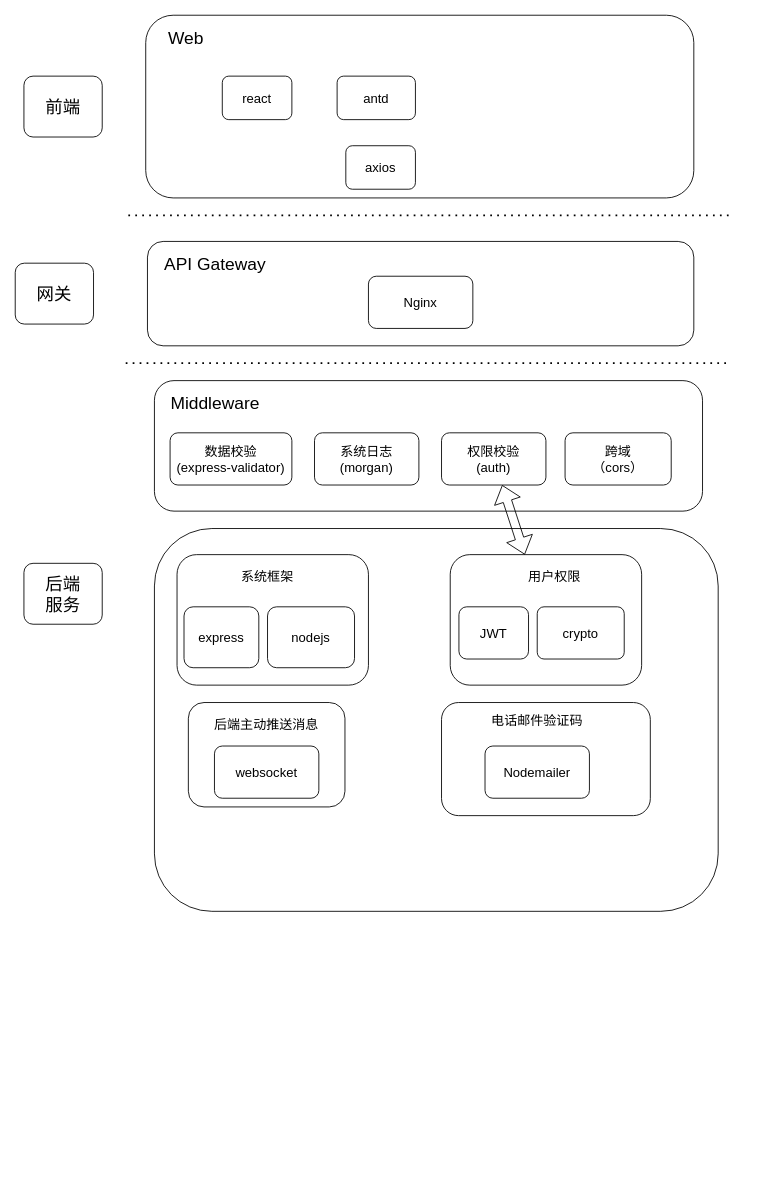
Before: 实验室项目系统架构.drawio in AdhereZ/graph, a draw.io diagram. Source tidied: cells renumbered, new cells numbered last; positions are measured from the earlier drawing's top-left corner, leaving out a move shared by most shapes. Both pictures are drawn from the tidied source at 87%, with x=0, y=0 at pixel (15, 15).
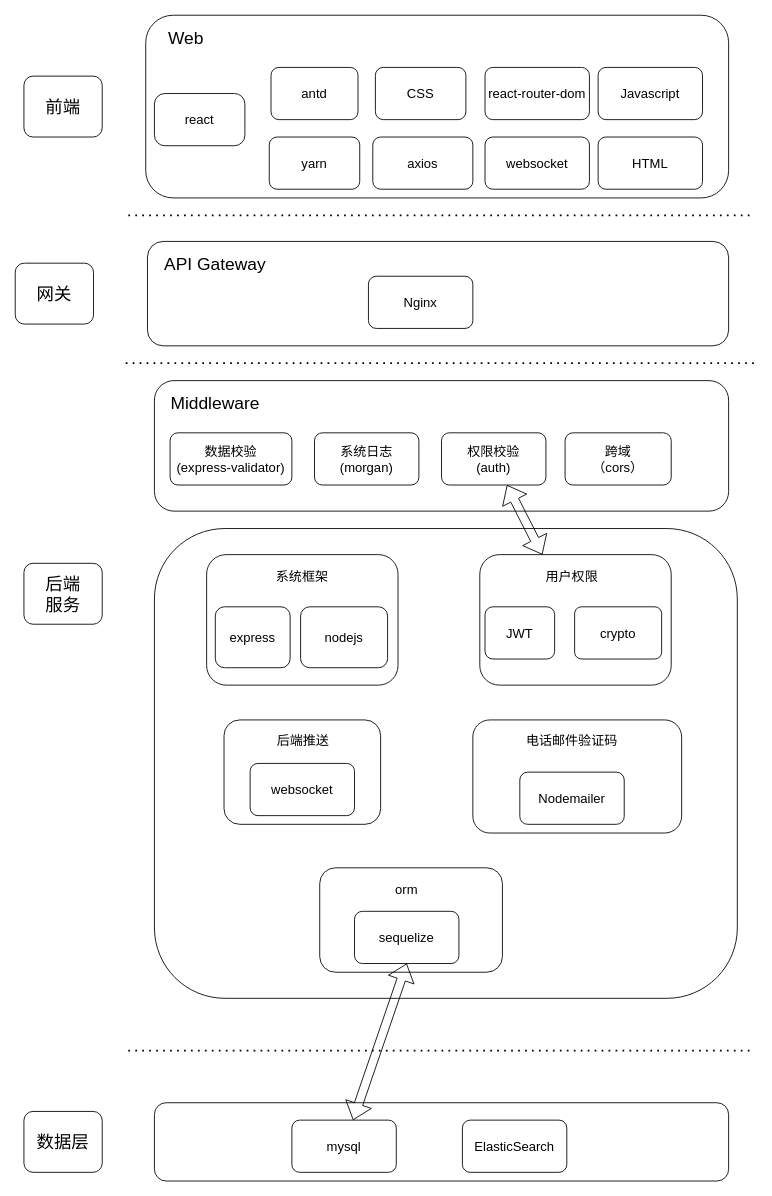
After the change.

Commit message (it also covers changes not shown here):
更新实验室项目系统架构.drawio

The edit, as a diff of the source:
```diff
@@
     <mxCell id="2" style="endArrow=none;dashed=1;html=1;dashPattern=1 3;strokeWidth=2;rounded=0;" parent="1" edge="1">
       <mxGeometry relative="1" as="geometry">
         <mxPoint x="130" y="230" as="sourcePoint" />
-        <mxPoint x="820" y="230" as="targetPoint" />
+        <mxPoint x="850" y="230" as="targetPoint" />
       </mxGeometry>
     </mxCell>
@@
     <mxCell id="4" style="rounded=1;whiteSpace=wrap;html=1;" parent="1" vertex="1">
-      <mxGeometry x="150" width="630" height="210" as="geometry" />
+      <mxGeometry x="150" width="670" height="210" as="geometry" />
     </mxCell>
@@
-    <mxCell id="6" value="&lt;font style=&quot;font-size: 15px;&quot;&gt;react&lt;/font&gt;" style="rounded=1;whiteSpace=wrap;html=1;fontSize=15;" parent="1" vertex="1">
-      <mxGeometry x="238" y="70" width="80" height="50" as="geometry" />
+    <mxCell id="6" value="&lt;font style=&quot;font-size: 15px;&quot;&gt;react&lt;/font&gt;" style="rounded=1;whiteSpace=wrap;html=1;fontSize=15;arcSize=20;" parent="1" vertex="1">
+      <mxGeometry x="160" y="90" width="104" height="60" as="geometry" />
     </mxCell>
     <mxCell id="7" value="axios" style="rounded=1;whiteSpace=wrap;html=1;fontSize=15;" parent="1" vertex="1">
-      <mxGeometry x="380" y="150" width="80" height="50" as="geometry" />
+      <mxGeometry x="411" y="140" width="115" height="60" as="geometry" />
     </mxCell>
     <mxCell id="8" value="antd" style="rounded=1;whiteSpace=wrap;html=1;fontSize=15;" parent="1" vertex="1">
-      <mxGeometry x="370" y="70" width="90" height="50" as="geometry" />
+      <mxGeometry x="294" y="60" width="100" height="60" as="geometry" />
     </mxCell>
     <mxCell id="9" style="rounded=1;whiteSpace=wrap;html=1;" parent="1" vertex="1">
-      <mxGeometry x="152" y="260" width="628" height="120" as="geometry" />
+      <mxGeometry x="152" y="260" width="668" height="120" as="geometry" />
     </mxCell>
@@
     <mxCell id="12" style="endArrow=none;dashed=1;html=1;dashPattern=1 3;strokeWidth=2;rounded=0;" parent="1" edge="1">
       <mxGeometry relative="1" as="geometry">
         <mxPoint x="127" y="400" as="sourcePoint" />
-        <mxPoint x="817" y="400" as="targetPoint" />
+        <mxPoint x="850" y="400" as="targetPoint" />
       </mxGeometry>
     </mxCell>
@@
     <mxCell id="15" style="rounded=1;whiteSpace=wrap;html=1;fontSize=15;" parent="1" vertex="1">
-      <mxGeometry x="160" y="590" width="648" height="440" as="geometry" />
+      <mxGeometry x="160" y="590" width="670" height="540" as="geometry" />
     </mxCell>
     <mxCell id="16" style="rounded=1;whiteSpace=wrap;html=1;fontSize=15;" parent="1" vertex="1">
-      <mxGeometry x="160" y="420" width="630" height="150" as="geometry" />
+      <mxGeometry x="160" y="420" width="660" height="150" as="geometry" />
     </mxCell>
@@
     <mxCell id="22" style="rounded=1;whiteSpace=wrap;html=1;fontSize=15;" parent="1" vertex="1">
-      <mxGeometry x="500" y="620" width="220" height="150" as="geometry" />
+      <mxGeometry x="534" y="620" width="220" height="150" as="geometry" />
     </mxCell>
     <mxCell id="23" value="JWT" style="rounded=1;whiteSpace=wrap;html=1;fontSize=15;" parent="1" vertex="1">
-      <mxGeometry x="510" y="680" width="80" height="60" as="geometry" />
+      <mxGeometry x="540" y="680" width="80" height="60" as="geometry" />
     </mxCell>
     <mxCell id="24" value="crypto" style="rounded=1;whiteSpace=wrap;html=1;fontSize=15;arcSize=13;" parent="1" vertex="1">
-      <mxGeometry x="600" y="680" width="100" height="60" as="geometry" />
+      <mxGeometry x="643" y="680" width="100" height="60" as="geometry" />
     </mxCell>
     <mxCell id="25" value="用户权限" style="text;html=1;strokeColor=none;fillColor=none;align=center;verticalAlign=middle;whiteSpace=wrap;rounded=0;fontSize=15;" parent="1" vertex="1">
-      <mxGeometry x="560" y="630" width="120" height="30" as="geometry" />
+      <mxGeometry x="580" y="630" width="120" height="30" as="geometry" />
     </mxCell>
@@
     <mxCell id="27" style="rounded=1;whiteSpace=wrap;html=1;fontSize=15;" parent="1" vertex="1">
-      <mxGeometry x="186" y="620" width="220" height="150" as="geometry" />
+      <mxGeometry x="220" y="620" width="220" height="150" as="geometry" />
     </mxCell>
     <mxCell id="28" value="系统框架" style="text;html=1;strokeColor=none;fillColor=none;align=center;verticalAlign=middle;whiteSpace=wrap;rounded=0;fontSize=15;" parent="1" vertex="1">
-      <mxGeometry x="250" y="630" width="80" height="30" as="geometry" />
+      <mxGeometry x="290" y="630" width="80" height="30" as="geometry" />
     </mxCell>
     <mxCell id="29" value="express" style="rounded=1;whiteSpace=wrap;html=1;fontSize=15;" parent="1" vertex="1">
-      <mxGeometry x="194" y="680" width="86" height="70" as="geometry" />
+      <mxGeometry x="230" y="680" width="86" height="70" as="geometry" />
     </mxCell>
     <mxCell id="30" value="nodejs" style="rounded=1;whiteSpace=wrap;html=1;fontSize=15;" parent="1" vertex="1">
-      <mxGeometry x="290" y="680" width="100" height="70" as="geometry" />
+      <mxGeometry x="328" y="680" width="100" height="70" as="geometry" />
     </mxCell>
     <mxCell id="31" style="rounded=1;whiteSpace=wrap;html=1;fontSize=15;" parent="1" vertex="1">
-      <mxGeometry x="199" y="790" width="180" height="120" as="geometry" />
+      <mxGeometry x="240" y="810" width="180" height="120" as="geometry" />
     </mxCell>
-    <mxCell id="32" value="后端主动推送消息" style="text;html=1;strokeColor=none;fillColor=none;align=center;verticalAlign=middle;whiteSpace=wrap;rounded=0;fontSize=15;" parent="1" vertex="1">
-      <mxGeometry x="224" y="800" width="130" height="30" as="geometry" />
+    <mxCell id="32" value="后端推送" style="text;html=1;strokeColor=none;fillColor=none;align=center;verticalAlign=middle;whiteSpace=wrap;rounded=0;fontSize=15;" parent="1" vertex="1">
+      <mxGeometry x="266" y="810" width="130" height="45" as="geometry" />
     </mxCell>
     <mxCell id="33" value="websocket" style="rounded=1;whiteSpace=wrap;html=1;fontSize=15;" parent="1" vertex="1">
-      <mxGeometry x="229" y="840" width="120" height="60" as="geometry" />
+      <mxGeometry x="270" y="860" width="120" height="60" as="geometry" />
     </mxCell>
     <mxCell id="34" style="rounded=1;whiteSpace=wrap;html=1;fontSize=15;" parent="1" vertex="1">
-      <mxGeometry x="490" y="790" width="240" height="130" as="geometry" />
+      <mxGeometry x="526" y="810" width="240" height="130" as="geometry" />
     </mxCell>
     <mxCell id="35" value="电话邮件验证码" style="text;html=1;strokeColor=none;fillColor=none;align=center;verticalAlign=middle;whiteSpace=wrap;rounded=0;fontSize=15;" parent="1" vertex="1">
-      <mxGeometry x="545" y="795" width="110" height="30" as="geometry" />
+      <mxGeometry x="585" y="817.5" width="110" height="30" as="geometry" />
     </mxCell>
     <mxCell id="36" value="Nodemailer" style="rounded=1;whiteSpace=wrap;html=1;fontSize=15;" parent="1" vertex="1">
-      <mxGeometry x="540" y="840" width="120" height="60" as="geometry" />
+      <mxGeometry x="580" y="870" width="120" height="60" as="geometry" />
     </mxCell>
+    <mxCell id="37" style="rounded=1;whiteSpace=wrap;html=1;fontSize=15;" parent="1" vertex="1">
+      <mxGeometry x="350" y="980" width="210" height="120" as="geometry" />
+    </mxCell>
+    <mxCell id="38" value="orm" style="text;html=1;strokeColor=none;fillColor=none;align=center;verticalAlign=middle;whiteSpace=wrap;rounded=0;fontSize=15;" parent="1" vertex="1">
+      <mxGeometry x="420" y="990" width="60" height="30" as="geometry" />
+    </mxCell>
+    <mxCell id="39" value="sequelize" style="rounded=1;whiteSpace=wrap;html=1;fontSize=15;" parent="1" vertex="1">
+      <mxGeometry x="390" y="1030" width="120" height="60" as="geometry" />
+    </mxCell>
+    <mxCell id="40" style="endArrow=none;dashed=1;html=1;dashPattern=1 3;strokeWidth=2;rounded=0;" parent="1" edge="1">
+      <mxGeometry relative="1" as="geometry">
+        <mxPoint x="130" y="1190" as="sourcePoint" />
+        <mxPoint x="850" y="1190" as="targetPoint" />
+      </mxGeometry>
+    </mxCell>
+    <mxCell id="41" value="&lt;span style=&quot;font-size: 20px;&quot;&gt;数据层&lt;/span&gt;" style="rounded=1;whiteSpace=wrap;html=1;direction=south;" parent="1" vertex="1">
+      <mxGeometry x="10" y="1260" width="90" height="70" as="geometry" />
+    </mxCell>
+    <mxCell id="42" style="rounded=1;whiteSpace=wrap;html=1;fontSize=15;" parent="1" vertex="1">
+      <mxGeometry x="160" y="1250" width="660" height="90" as="geometry" />
+    </mxCell>
+    <mxCell id="43" value="mysql" style="rounded=1;whiteSpace=wrap;html=1;fontSize=15;" parent="1" vertex="1">
+      <mxGeometry x="318" y="1270" width="120" height="60" as="geometry" />
+    </mxCell>
+    <mxCell id="44" value="ElasticSearch" style="rounded=1;whiteSpace=wrap;html=1;fontSize=15;" parent="1" vertex="1">
+      <mxGeometry x="514" y="1270" width="120" height="60" as="geometry" />
+    </mxCell>
+    <mxCell id="45" style="shape=flexArrow;endArrow=classic;startArrow=classic;html=1;rounded=0;fontSize=15;entryX=0.5;entryY=1;entryDx=0;entryDy=0;" parent="1" edge="1" source="43" target="39">
+      <mxGeometry relative="1" as="geometry" />
+    </mxCell>
+    <mxCell id="46" value="react-router-dom" style="rounded=1;whiteSpace=wrap;html=1;fontSize=15;" parent="1" vertex="1">
+      <mxGeometry x="540" y="60" width="120" height="60" as="geometry" />
+    </mxCell>
+    <mxCell id="47" value="yarn" style="rounded=1;whiteSpace=wrap;html=1;fontSize=15;" parent="1" vertex="1">
+      <mxGeometry x="292" y="140" width="104" height="60" as="geometry" />
+    </mxCell>
+    <mxCell id="48" value="websocket" style="rounded=1;whiteSpace=wrap;html=1;fontSize=15;" parent="1" vertex="1">
+      <mxGeometry x="540" y="140" width="120" height="60" as="geometry" />
+    </mxCell>
+    <mxCell id="49" value="Javascript" style="rounded=1;whiteSpace=wrap;html=1;fontSize=15;" parent="1" vertex="1">
+      <mxGeometry x="670" y="60" width="120" height="60" as="geometry" />
+    </mxCell>
+    <mxCell id="50" value="HTML" style="rounded=1;whiteSpace=wrap;html=1;fontSize=15;" parent="1" vertex="1">
+      <mxGeometry x="670" y="140" width="120" height="60" as="geometry" />
+    </mxCell>
+    <mxCell id="51" value="CSS" style="rounded=1;whiteSpace=wrap;html=1;fontSize=15;" parent="1" vertex="1">
+      <mxGeometry x="414" y="60" width="104" height="60" as="geometry" />
+    </mxCell>
```
